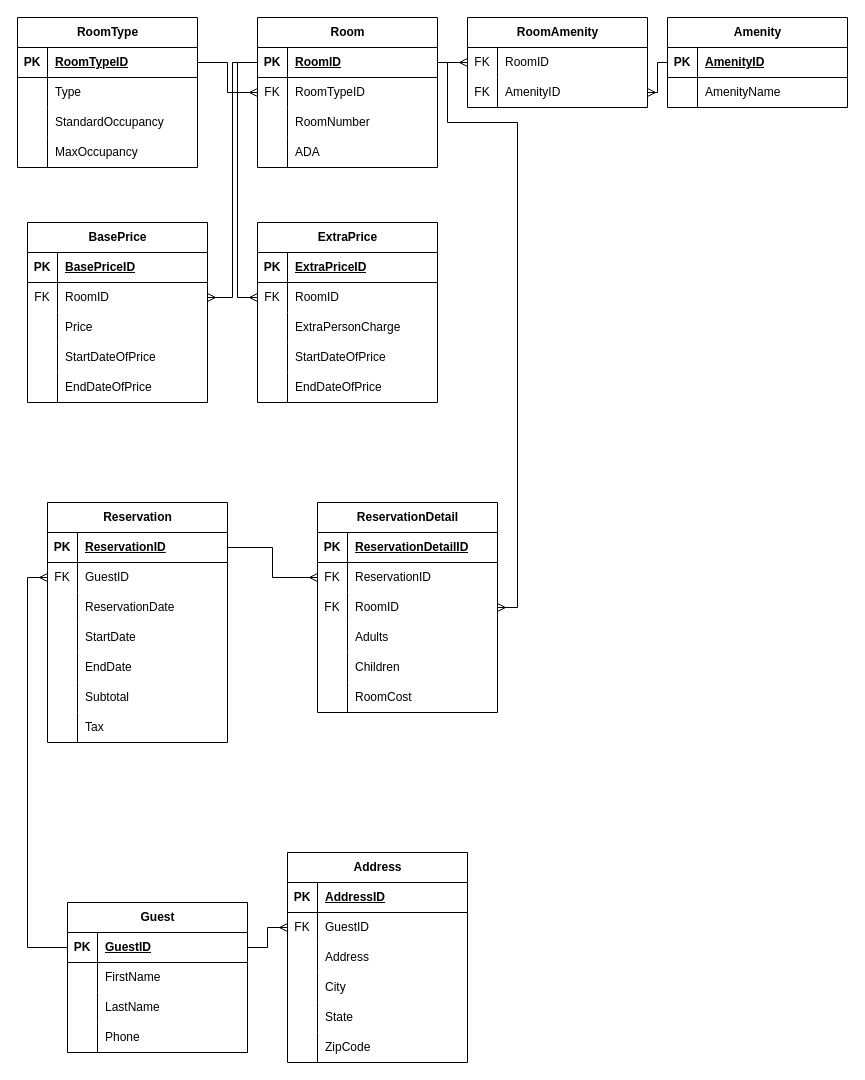
This is ERDs/ERD.drawio from GabyRom/Prod_Supp_SQL, a draw.io file, before an edit. Source tidied: cells renumbered, new cells numbered last; positions are measured from the earlier drawing's top-left corner, leaving out a move shared by most shapes. Both pictures are drawn from the tidied source at 100%, with x=0, y=0 at pixel (17, 17).
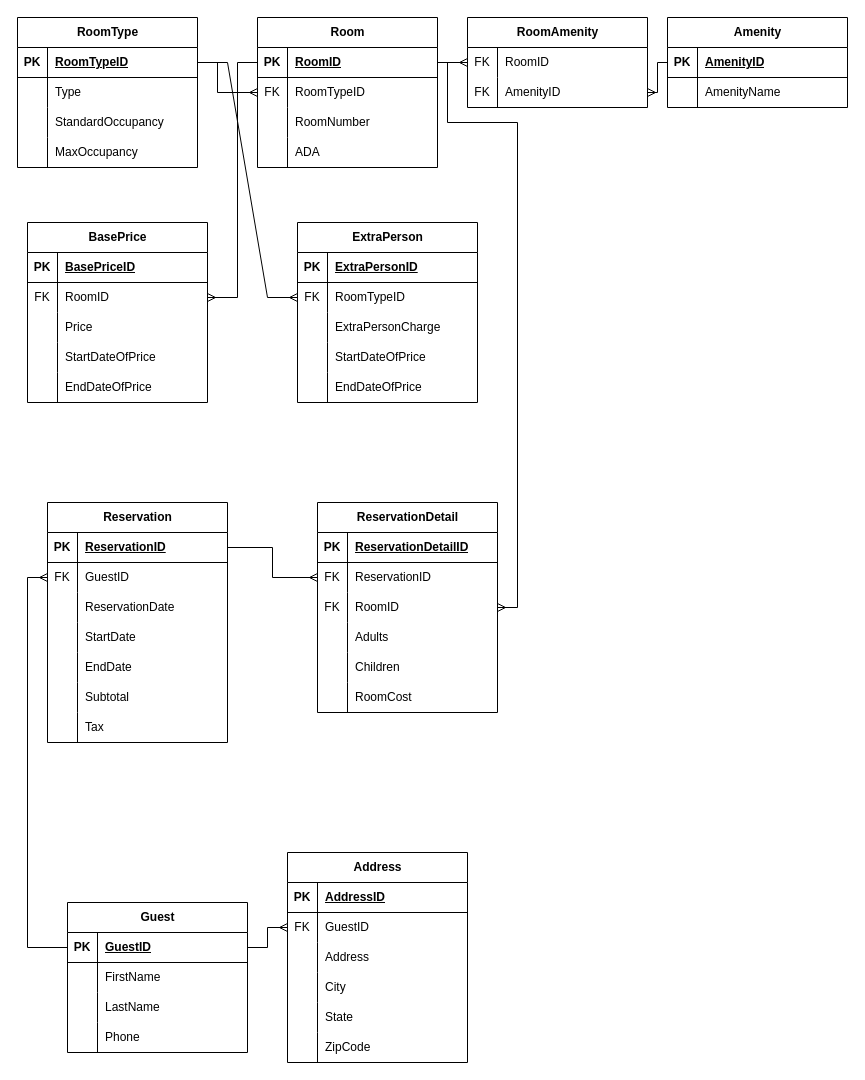
Above is the later version.

The change refers to these unchanged cells:
```xml
<mxCell id="3" style="shape=tableRow;horizontal=0;startSize=0;swimlaneHead=0;swimlaneBody=0;fillColor=none;points=[[0,0.5],[1,0.5]];portConstraint=eastwest;top=0;left=0;right=0;bottom=1;" parent="2" vertex="1">
  <mxGeometry y="30" width="180" height="30" as="geometry" />
</mxCell>
<mxCell id="6" style="shape=tableRow;horizontal=0;startSize=0;swimlaneHead=0;swimlaneBody=0;fillColor=none;points=[[0,0.5],[1,0.5]];portConstraint=eastwest;top=0;left=0;right=0;bottom=0;" parent="2" vertex="1">
  <mxGeometry y="60" width="180" height="30" as="geometry" />
</mxCell>
<mxCell id="26" style="shape=tableRow;horizontal=0;startSize=0;swimlaneHead=0;swimlaneBody=0;fillColor=none;points=[[0,0.5],[1,0.5]];portConstraint=eastwest;top=0;left=0;right=0;bottom=0;" parent="22" vertex="1">
  <mxGeometry y="60" width="180" height="30" as="geometry" />
</mxCell>
<mxCell id="39" style="shape=tableRow;horizontal=0;startSize=0;swimlaneHead=0;swimlaneBody=0;fillColor=none;points=[[0,0.5],[1,0.5]];portConstraint=eastwest;top=0;left=0;right=0;bottom=1;" parent="38" vertex="1">
  <mxGeometry y="30" width="180" height="30" as="geometry" />
</mxCell>
<mxCell id="52" style="shape=tableRow;horizontal=0;startSize=0;swimlaneHead=0;swimlaneBody=0;fillColor=none;top=0;left=0;right=0;bottom=1;" parent="51" vertex="1">
  <mxGeometry y="30" width="180" height="30" as="geometry" />
</mxCell>
<mxCell id="55" style="shape=tableRow;horizontal=0;startSize=0;swimlaneHead=0;swimlaneBody=0;fillColor=none;points=[[0,0.5],[1,0.5]];portConstraint=eastwest;top=0;left=0;right=0;bottom=0;" parent="51" vertex="1">
  <mxGeometry y="60" width="180" height="30" as="geometry" />
</mxCell>
```

Diff of the diagram source:
```diff
@@
-    <mxCell id="51" value="ExtraPrice" style="shape=table;startSize=30;childLayout=tableLayout;rowLines=0;fontStyle=1;align=center;html=1;" parent="1" vertex="1">
-      <mxGeometry x="240" y="205" width="180" height="180" as="geometry" />
+    <mxCell id="51" value="ExtraPerson" style="shape=table;startSize=30;childLayout=tableLayout;rowLines=0;fontStyle=1;align=center;html=1;" parent="1" vertex="1">
+      <mxGeometry x="280" y="205" width="180" height="180" as="geometry" />
     </mxCell>
@@
-    <mxCell id="54" value="ExtraPriceID" style="shape=partialRectangle;fillColor=none;top=0;left=0;bottom=0;right=0;align=left;spacingLeft=6;fontStyle=5;overflow=hidden;whiteSpace=wrap;html=1;" parent="52" vertex="1">
+    <mxCell id="54" value="ExtraPersonID" style="shape=partialRectangle;fillColor=none;top=0;left=0;bottom=0;right=0;align=left;spacingLeft=6;fontStyle=5;overflow=hidden;whiteSpace=wrap;html=1;" parent="52" vertex="1">
       <mxGeometry x="30" width="150" height="30" as="geometry" />
     </mxCell>
@@
-    <mxCell id="57" value="RoomID" style="shape=partialRectangle;fillColor=none;top=0;left=0;bottom=0;right=0;align=left;spacingLeft=6;overflow=hidden;whiteSpace=wrap;html=1;" parent="55" vertex="1">
+    <mxCell id="57" value="RoomTypeID" style="shape=partialRectangle;fillColor=none;top=0;left=0;bottom=0;right=0;align=left;spacingLeft=6;overflow=hidden;whiteSpace=wrap;html=1;" parent="55" vertex="1">
       <mxGeometry x="30" width="150" height="30" as="geometry" />
     </mxCell>
@@
     <mxCell id="152" style="edgeStyle=orthogonalEdgeStyle;rounded=0;jettySize=auto;html=1;exitX=1;exitY=0.5;exitDx=0;exitDy=0;entryX=0;entryY=0.5;entryDx=0;entryDy=0;endArrow=ERmany;endFill=0;" parent="1" edge="1" source="39" target="6">
-      <mxGeometry relative="1" as="geometry" />
+      <mxGeometry relative="1" as="geometry">
+        <Array as="points">
+          <mxPoint x="200" y="45" />
+          <mxPoint x="200" y="75" />
+        </Array>
+      </mxGeometry>
     </mxCell>
     <mxCell id="153" style="edgeStyle=orthogonalEdgeStyle;rounded=0;jettySize=auto;html=1;exitX=0;exitY=0.5;exitDx=0;exitDy=0;entryX=1;entryY=0.5;entryDx=0;entryDy=0;endArrow=ERmany;endFill=0;" parent="1" edge="1" source="3" target="26">
-      <mxGeometry relative="1" as="geometry" />
+      <mxGeometry relative="1" as="geometry">
+        <Array as="points">
+          <mxPoint x="220" y="45" />
+          <mxPoint x="220" y="280" />
+        </Array>
+      </mxGeometry>
     </mxCell>
-    <mxCell id="154" style="edgeStyle=orthogonalEdgeStyle;rounded=0;jettySize=auto;html=1;exitX=0;exitY=0.5;exitDx=0;exitDy=0;entryX=0;entryY=0.5;entryDx=0;entryDy=0;endArrow=ERmany;endFill=0;" parent="1" edge="1" source="3" target="55">
+    <mxCell id="154" style="rounded=0;jettySize=auto;html=1;entryX=0;entryY=0.5;entryDx=0;entryDy=0;endArrow=ERmany;endFill=0;edgeStyle=entityRelationEdgeStyle;elbow=vertical;" parent="1" edge="1" source="39" target="55">
       <mxGeometry relative="1" as="geometry" />
     </mxCell>
```
